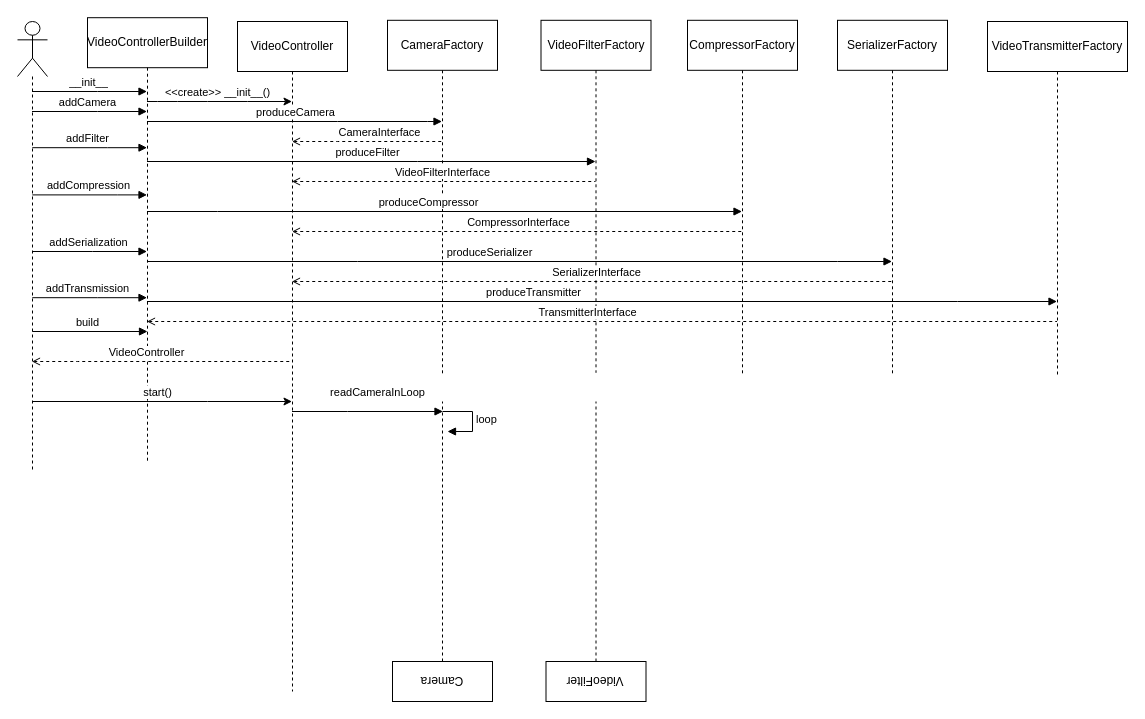
The draw.io diagram page "Sequence-Diagram" (2 of 2) of Video/Architecture/Video_Architecture.drawio in Uhgtred/HomeExplorer, before the edit. Source tidied: cells renumbered, new cells numbered last; positions are measured from the earlier drawing's top-left corner, leaving out a move shared by most shapes. Both pictures are drawn from the tidied source at 100%, with x=0, y=0 at pixel (17, 17).
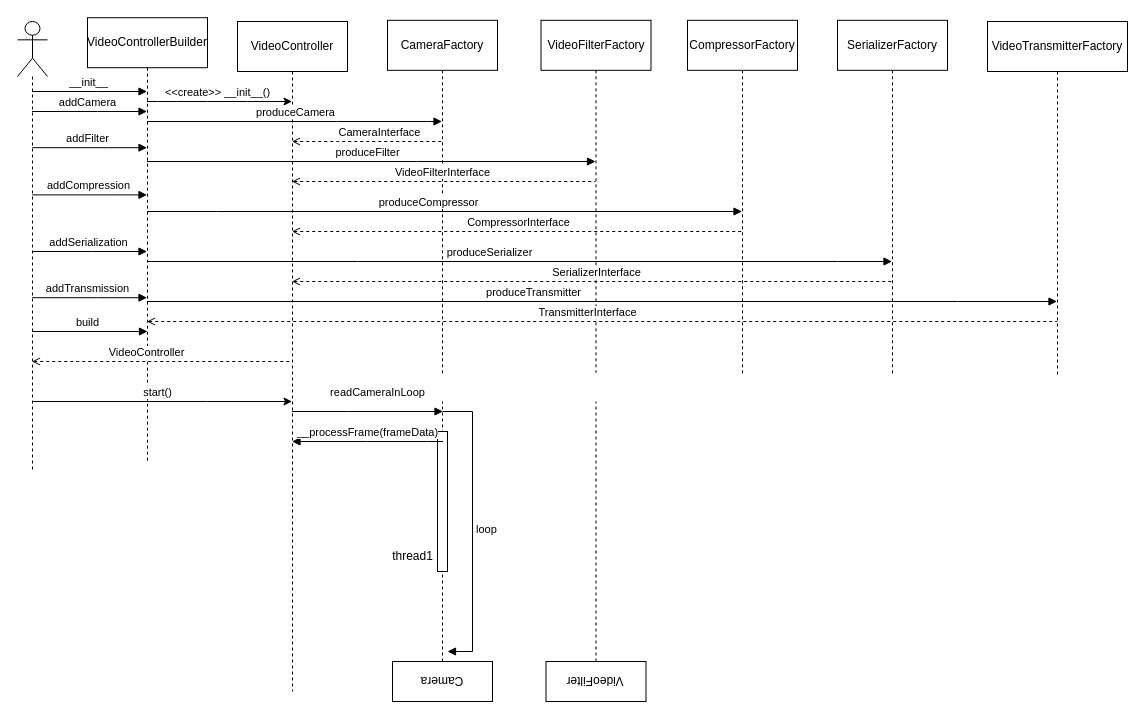
The same diagram, later.

Unchanged cells that the change refers to:
```xml
<mxCell id="2" value="VideoController" style="shape=umlLifeline;perimeter=lifelinePerimeter;whiteSpace=wrap;html=1;outlineConnect=0;size=50;" parent="1" vertex="1">
  <mxGeometry x="220" y="4" width="110" height="670" as="geometry" />
</mxCell>
<mxCell id="49" value="Camera" style="shape=umlLifeline;perimeter=lifelinePerimeter;whiteSpace=wrap;html=1;outlineConnect=0;rotation=-180;" parent="1" vertex="1">
  <mxGeometry x="375" y="384" width="100" height="300" as="geometry" />
</mxCell>
```

Diff of the diagram source:
```diff
@@
-    <mxCell id="50" value="loop" style="edgeStyle=orthogonalEdgeStyle;html=1;align=left;spacingLeft=2;endArrow=block;rounded=0;entryX=1;entryY=0;" parent="49" edge="1">
+    <mxCell id="50" value="loop" style="edgeStyle=orthogonalEdgeStyle;html=1;align=left;spacingLeft=2;endArrow=block;rounded=0;" parent="49" edge="1">
       <mxGeometry relative="1" as="geometry">
         <mxPoint x="50" y="10" as="sourcePoint" />
-        <mxPoint x="55" y="30" as="targetPoint" />
+        <mxPoint x="55" y="250" as="targetPoint" />
         <Array as="points">
           <mxPoint x="80" y="10" />
+          <mxPoint x="80" y="250" />
+          <mxPoint x="55" y="250" />
         </Array>
       </mxGeometry>
     </mxCell>
+    <mxCell id="53" style="html=1;perimeter=orthogonalPerimeter;" parent="49" vertex="1">
+      <mxGeometry x="45" y="30" width="10" height="140" as="geometry" />
+    </mxCell>
+    <mxCell id="54" value="thread1" style="text;html=1;align=center;verticalAlign=middle;strokeColor=none;fillColor=none;" parent="49" vertex="1">
+      <mxGeometry x="-10" y="140" width="60" height="30" as="geometry" />
+    </mxCell>
@@
+    <mxCell id="55" style="endArrow=none;startArrow=block;endFill=0;startFill=1;html=1;rounded=0;" parent="1" edge="1" source="2" target="49">
+      <mxGeometry relative="1" as="geometry">
+        <Array as="points">
+          <mxPoint x="350" y="424" />
+          <mxPoint x="410" y="424" />
+        </Array>
+      </mxGeometry>
+    </mxCell>
+    <mxCell id="56" value="__processFrame(frameData)" style="edgeLabel;html=1;align=center;verticalAlign=middle;" parent="55" vertex="1">
+      <mxGeometry x="-0.11" relative="1" as="geometry">
+        <mxPoint x="8" y="-10" as="offset" />
+      </mxGeometry>
+    </mxCell>
```
